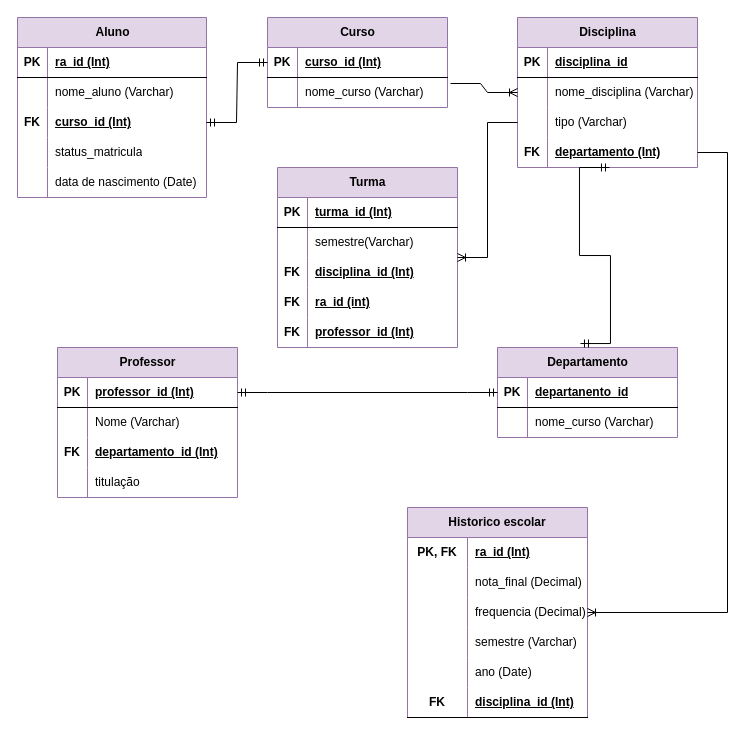
Laraewellen/Banco-de-dados-teste keeps this draw.io diagram as faculdadebd.drawio. Above is the earlier version. Source tidied: cells renumbered, new cells numbered last; positions are measured from the earlier drawing's top-left corner, leaving out a move shared by most shapes. Both pictures are drawn from the tidied source at 100%, with x=0, y=0 at pixel (17, 17).
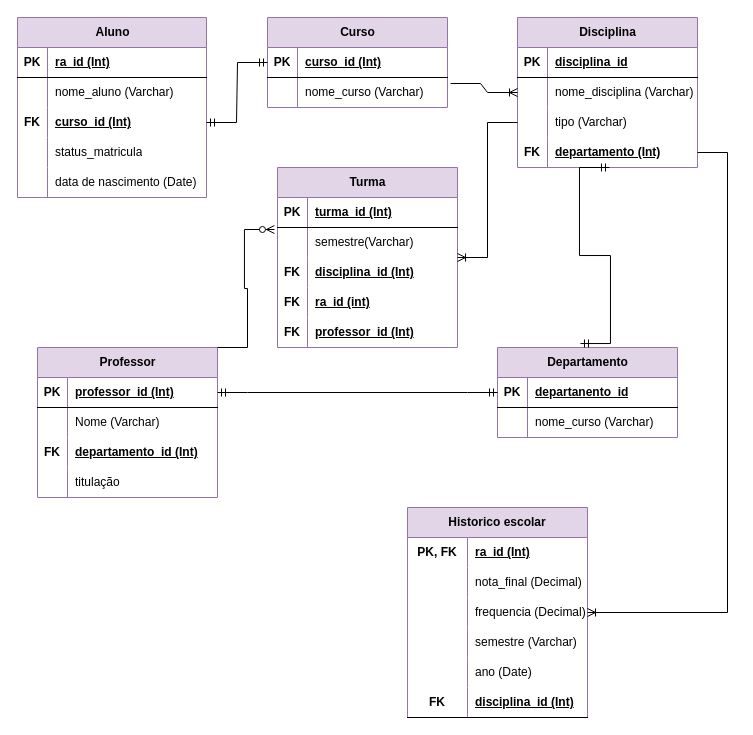
The same page after the edit.

The change refers to these unchanged cells:
```xml
<mxCell id="81" style="shape=tableRow;horizontal=0;startSize=0;swimlaneHead=0;swimlaneBody=0;fillColor=none;points=[[0,0.5],[1,0.5]];portConstraint=eastwest;top=0;left=0;right=0;bottom=0;" parent="77" vertex="1">
  <mxGeometry y="60" width="180" height="30" as="geometry" />
</mxCell>
```

The edit, as a diff of the source:
```diff
@@
     <mxCell id="64" value="Professor" style="shape=table;startSize=30;childLayout=tableLayout;rowLines=0;fontStyle=1;align=center;html=1;fillColor=#e1d5e7;strokeColor=#9673a6;" parent="1" vertex="1">
-      <mxGeometry x="40" y="330" width="180" height="150" as="geometry" />
+      <mxGeometry x="20" y="330" width="180" height="150" as="geometry" />
     </mxCell>
@@
+    <mxCell id="99" style="edgeStyle=entityRelationEdgeStyle;fontSize=12;html=1;endArrow=ERzeroToMany;endFill=1;rounded=0;entryX=-0.017;entryY=0.067;entryDx=0;entryDy=0;entryPerimeter=0;exitX=1;exitY=0;exitDx=0;exitDy=0;" parent="1" edge="1" source="64" target="81">
+      <mxGeometry relative="1" as="geometry" />
+    </mxCell>
```
